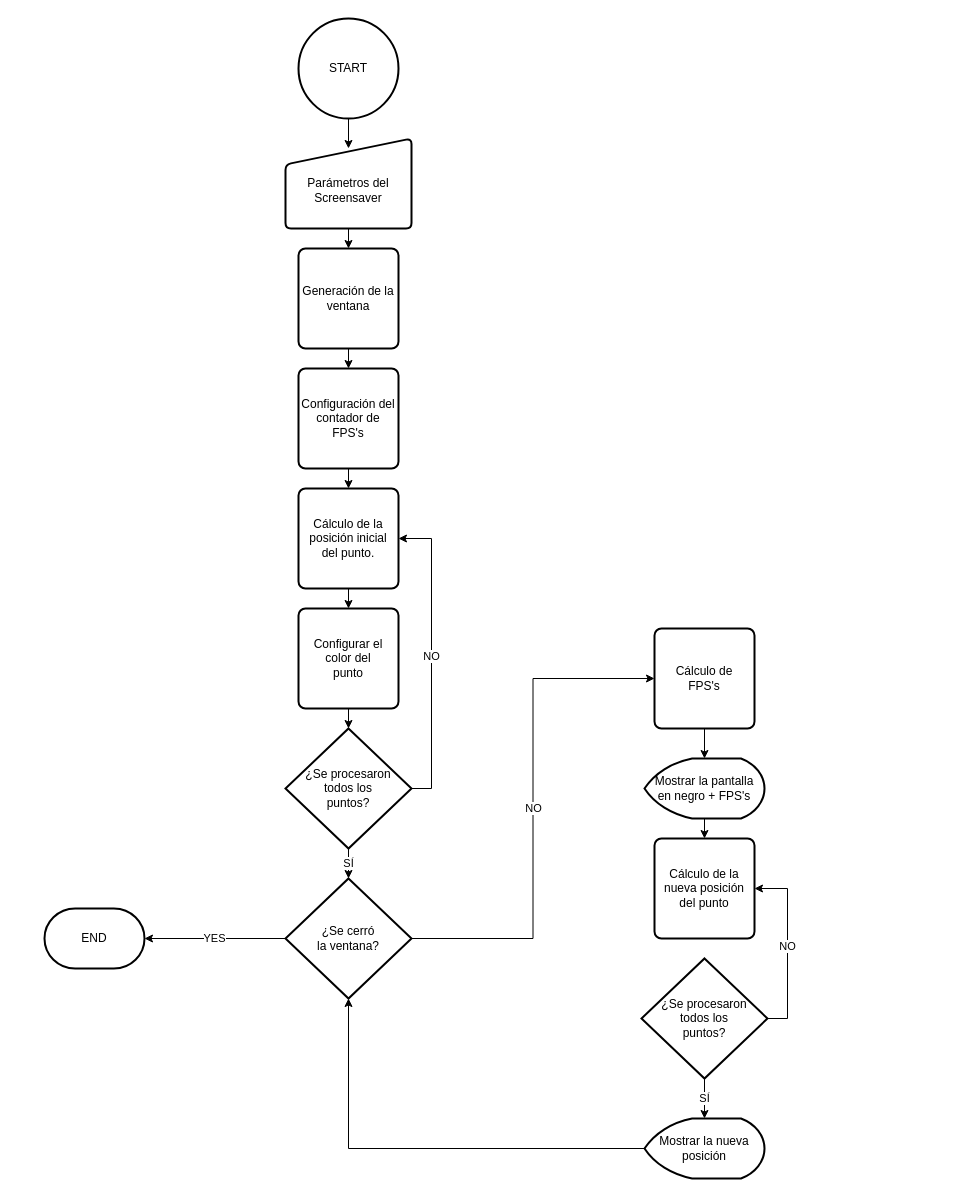
Earlier version of the draw.io diagram docs/Diagrama de Flujo.drawio (FranzCastillo/Parallel-Screensaver). Source tidied: cells renumbered, new cells numbered last; positions are measured from the earlier drawing's top-left corner, leaving out a move shared by most shapes. Both pictures are drawn from the tidied source at 100%, with x=0, y=0 at pixel (44, 18).
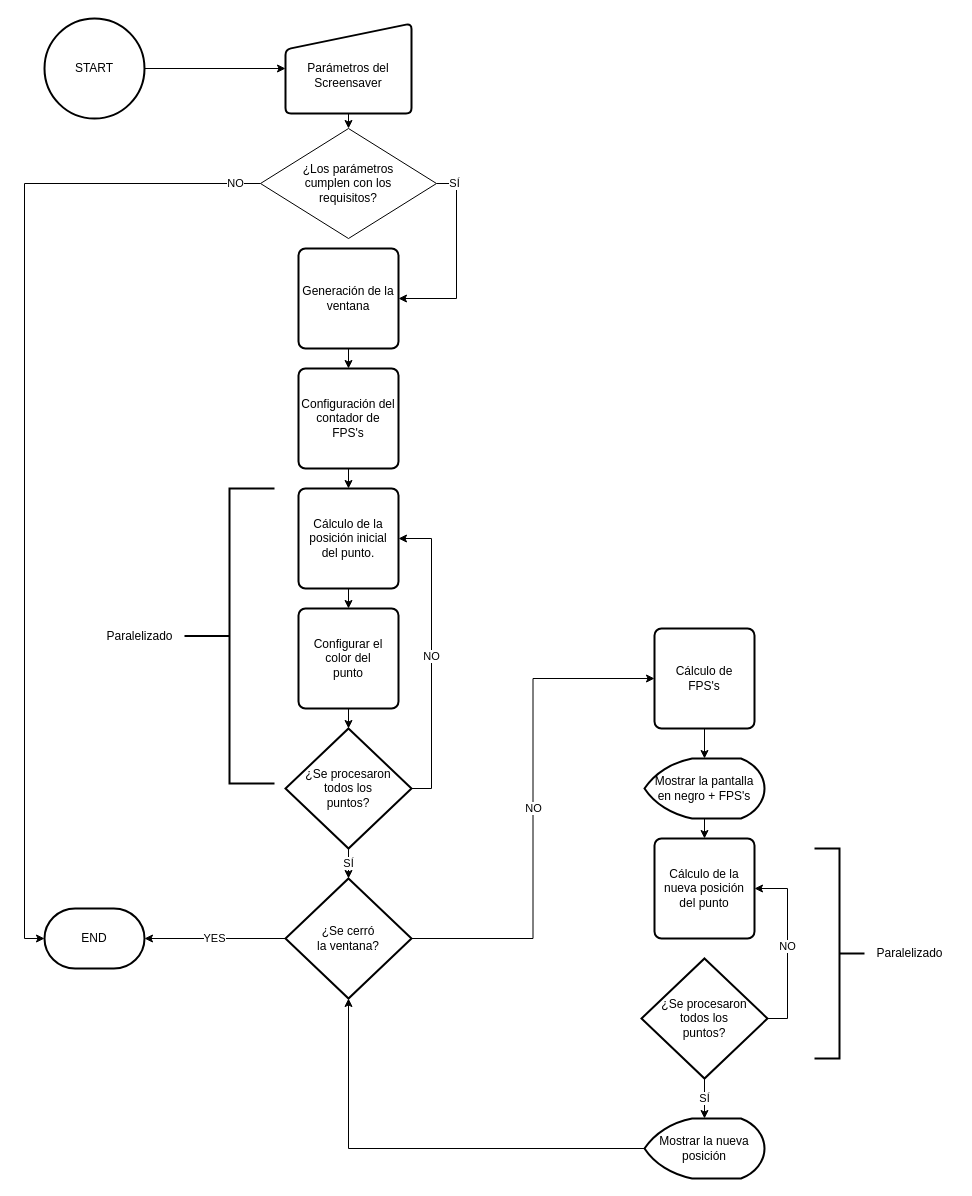
The same diagram, later.

Unchanged cells that the change refers to:
```xml
<mxCell id="6" value="Generación de la ventana" style="rounded=1;whiteSpace=wrap;html=1;absoluteArcSize=1;arcSize=14;strokeWidth=2;" parent="1" vertex="1">
  <mxGeometry x="254" y="230" width="100" height="100" as="geometry" />
</mxCell>
<mxCell id="20" value="END" style="strokeWidth=2;html=1;shape=mxgraph.flowchart.terminator;whiteSpace=wrap;" parent="1" vertex="1">
  <mxGeometry y="890" width="100" height="60" as="geometry" />
</mxCell>
```

Change to the diagram source:
```diff
@@
+    <mxCell id="7" style="edgeStyle=orthogonalEdgeStyle;rounded=0;jettySize=auto;html=1;exitX=1;exitY=0.5;exitDx=0;exitDy=0;exitPerimeter=0;entryX=0;entryY=0.5;entryDx=0;entryDy=0;" parent="1" edge="1" source="2" target="4">
+      <mxGeometry relative="1" as="geometry" />
+    </mxCell>
     <mxCell id="2" value="START" style="strokeWidth=2;html=1;shape=mxgraph.flowchart.start_2;whiteSpace=wrap;" parent="1" vertex="1">
-      <mxGeometry x="254" width="100" height="100" as="geometry" />
+      <mxGeometry width="100" height="100" as="geometry" />
     </mxCell>
-    <mxCell id="3" style="edgeStyle=orthogonalEdgeStyle;rounded=0;jettySize=auto;html=1;exitX=0.5;exitY=1;exitDx=0;exitDy=0;entryX=0.5;entryY=0;entryDx=0;entryDy=0;" parent="1" edge="1" source="4" target="6">
-      <mxGeometry relative="1" as="geometry" />
-    </mxCell>
+    <mxCell id="31" style="edgeStyle=orthogonalEdgeStyle;rounded=0;jettySize=auto;html=1;exitX=0.5;exitY=1;exitDx=0;exitDy=0;entryX=0.5;entryY=0;entryDx=0;entryDy=0;" parent="1" edge="1" source="4" target="33">
+      <mxGeometry relative="1" as="geometry" />
+    </mxCell>
     <mxCell id="4" value="&lt;div&gt;&lt;br&gt;&lt;/div&gt;Parámetros del Screensaver" style="html=1;strokeWidth=2;shape=manualInput;whiteSpace=wrap;rounded=1;size=26;arcSize=11;" parent="1" vertex="1">
-      <mxGeometry x="241" y="120" width="126" height="90" as="geometry" />
+      <mxGeometry x="241" y="5" width="126" height="90" as="geometry" />
     </mxCell>
@@
-    <mxCell id="7" style="edgeStyle=orthogonalEdgeStyle;rounded=0;jettySize=auto;html=1;exitX=0.5;exitY=1;exitDx=0;exitDy=0;exitPerimeter=0;entryX=0.5;entryY=0.111;entryDx=0;entryDy=0;entryPerimeter=0;" parent="1" edge="1" source="2" target="4">
-      <mxGeometry relative="1" as="geometry" />
-    </mxCell>
@@
+    <mxCell id="32" value="SÍ" style="edgeStyle=orthogonalEdgeStyle;rounded=0;jettySize=auto;html=1;exitX=1;exitY=0.5;exitDx=0;exitDy=0;entryX=1;entryY=0.5;entryDx=0;entryDy=0;" parent="1" edge="1" source="33" target="6">
+      <mxGeometry x="-0.81" relative="1" as="geometry" />
+    </mxCell>
+    <mxCell id="33" value="&lt;div&gt;&lt;span style=&quot;background-color: initial;&quot;&gt;¿Los parámetros&lt;/span&gt;&lt;br&gt;&lt;/div&gt;&lt;div&gt;cumplen con los&lt;/div&gt;&lt;div&gt;requisitos?&lt;/div&gt;" style="rhombus;whiteSpace=wrap;html=1;" parent="1" vertex="1">
+      <mxGeometry x="216" y="110" width="176" height="110" as="geometry" />
+    </mxCell>
+    <mxCell id="34" style="strokeWidth=2;html=1;shape=mxgraph.flowchart.annotation_2;align=left;labelPosition=right;rotation=0;" parent="1" vertex="1">
+      <mxGeometry x="140" y="470" width="90" height="295" as="geometry" />
+    </mxCell>
+    <mxCell id="35" value="Paralelizado" style="text;html=1;align=center;verticalAlign=middle;strokeColor=none;fillColor=none;" parent="1" vertex="1">
+      <mxGeometry x="50" y="602.5" width="90" height="30" as="geometry" />
+    </mxCell>
+    <mxCell id="36" style="strokeWidth=2;html=1;shape=mxgraph.flowchart.annotation_2;align=left;labelPosition=right;rotation=-180;" parent="1" vertex="1">
+      <mxGeometry x="770" y="830" width="50" height="210" as="geometry" />
+    </mxCell>
+    <mxCell id="37" value="Paralelizado" style="text;html=1;align=center;verticalAlign=middle;strokeColor=none;fillColor=none;" parent="1" vertex="1">
+      <mxGeometry x="820" y="920" width="90" height="30" as="geometry" />
+    </mxCell>
+    <mxCell id="38" value="NO" style="edgeStyle=orthogonalEdgeStyle;rounded=0;jettySize=auto;html=1;exitX=0;exitY=0.5;exitDx=0;exitDy=0;entryX=0;entryY=0.5;entryDx=0;entryDy=0;entryPerimeter=0;" parent="1" edge="1" source="33" target="20">
+      <mxGeometry x="-0.95" relative="1" as="geometry" />
+    </mxCell>
```
